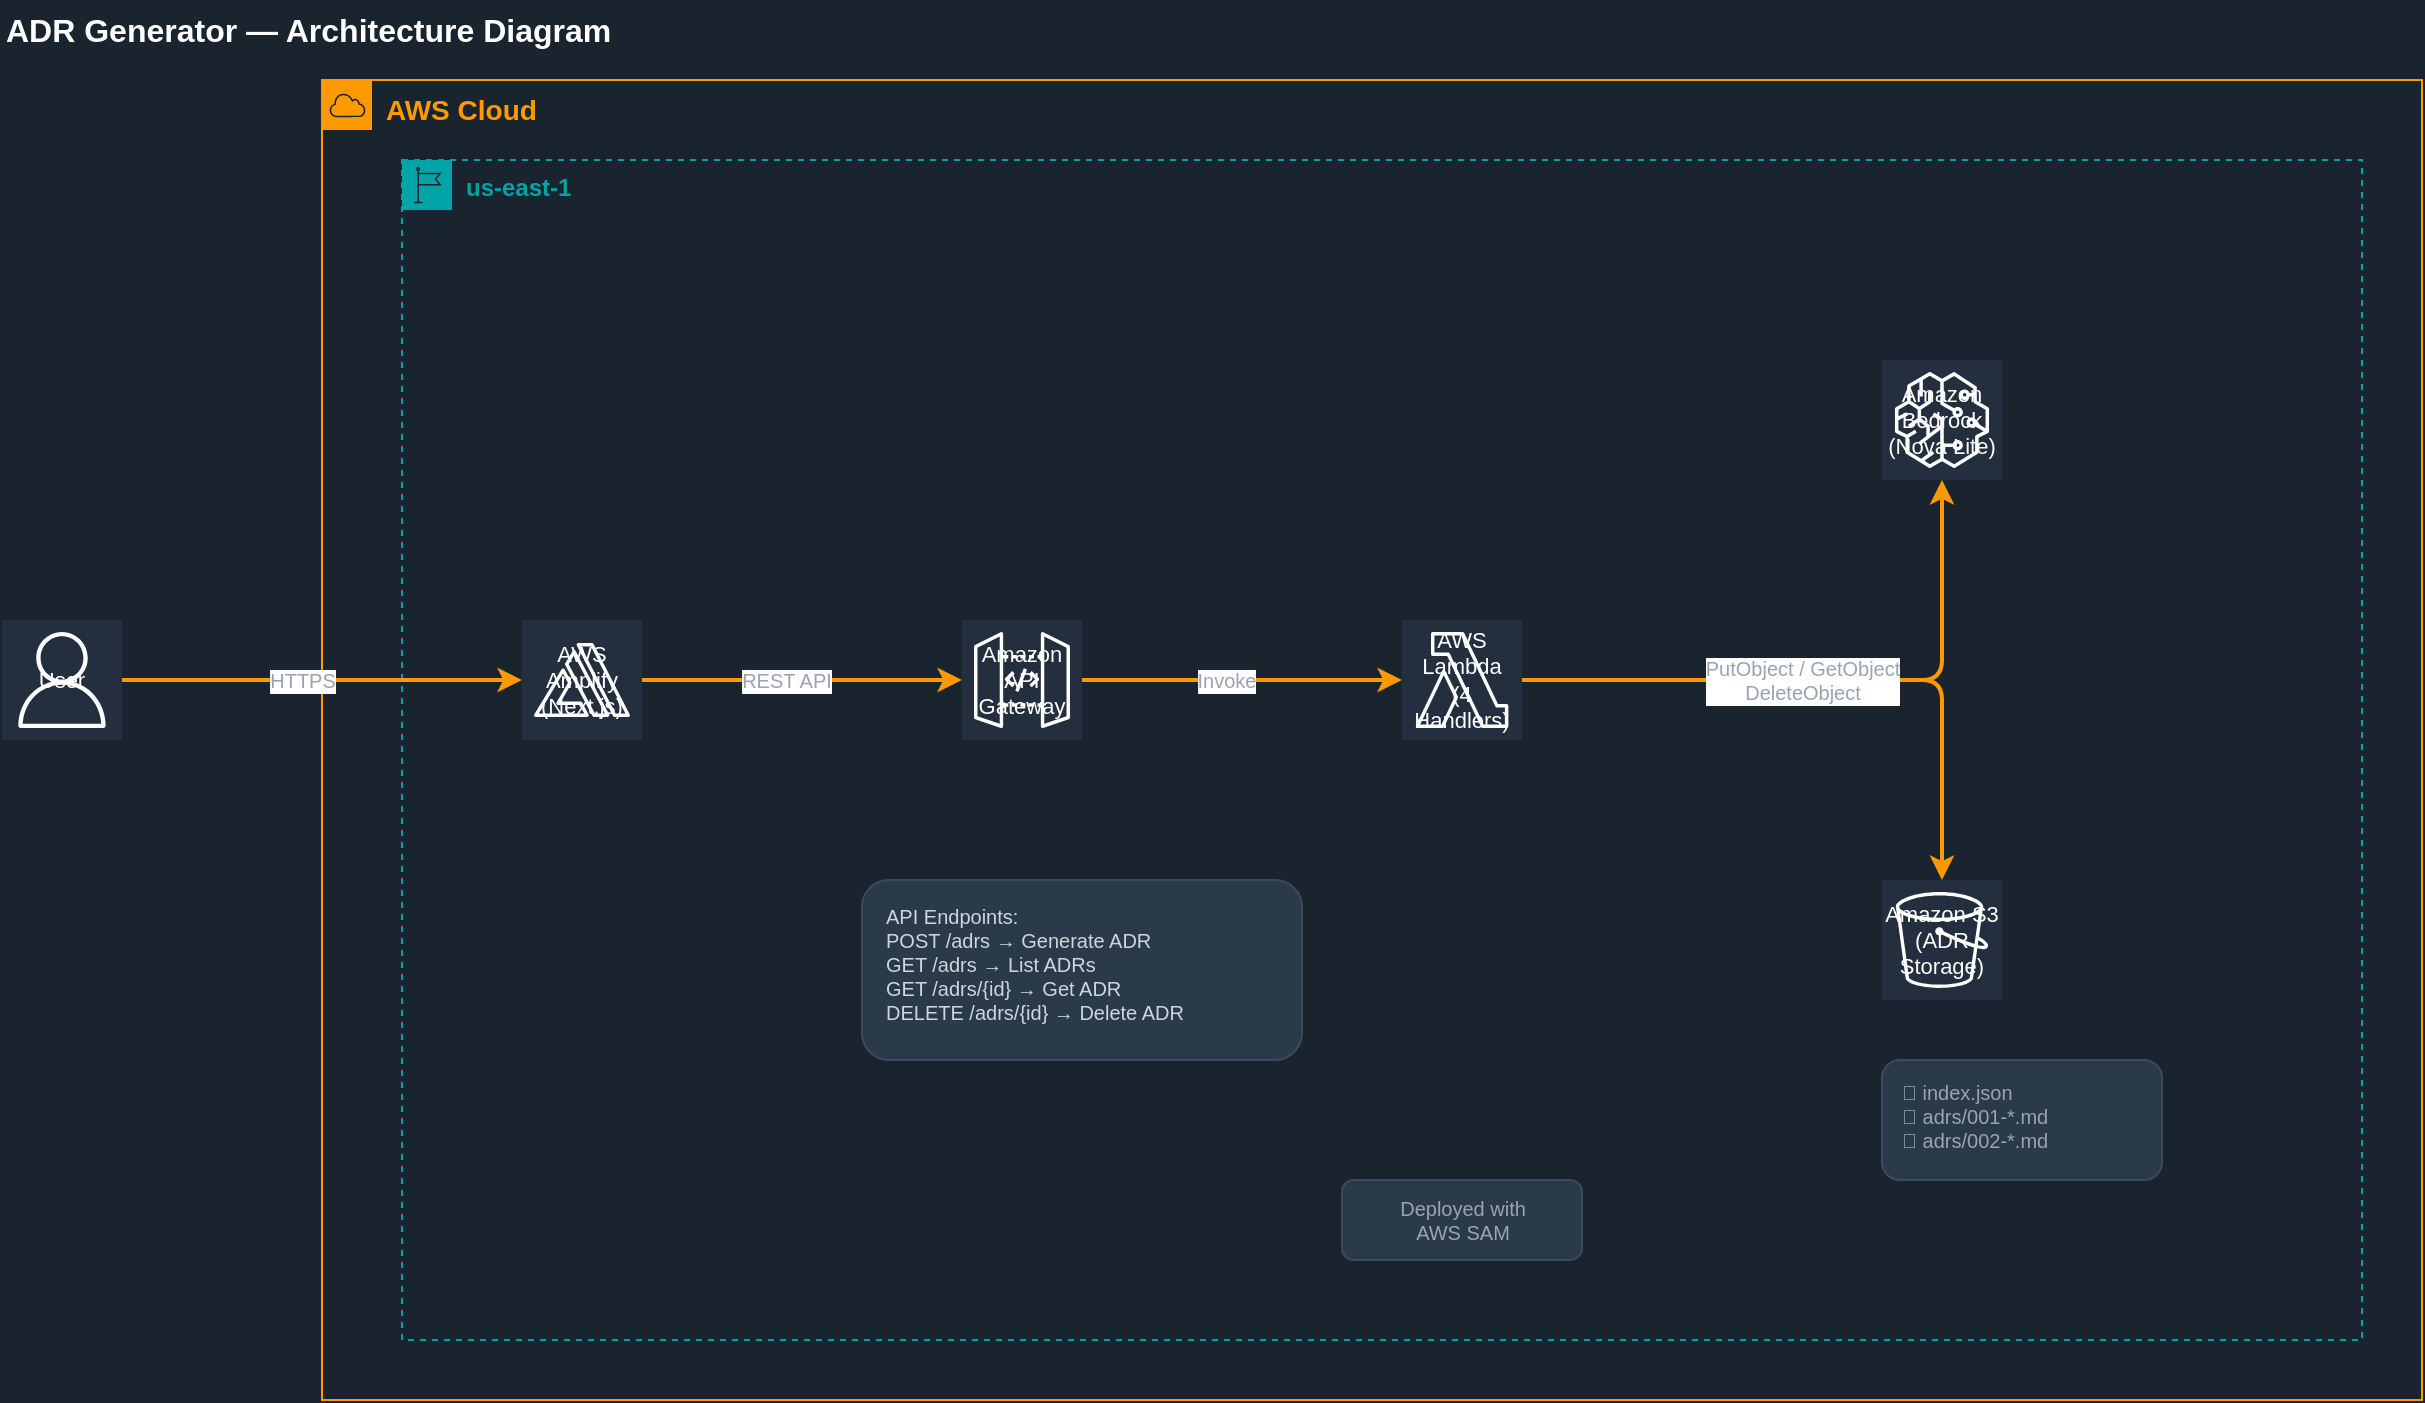
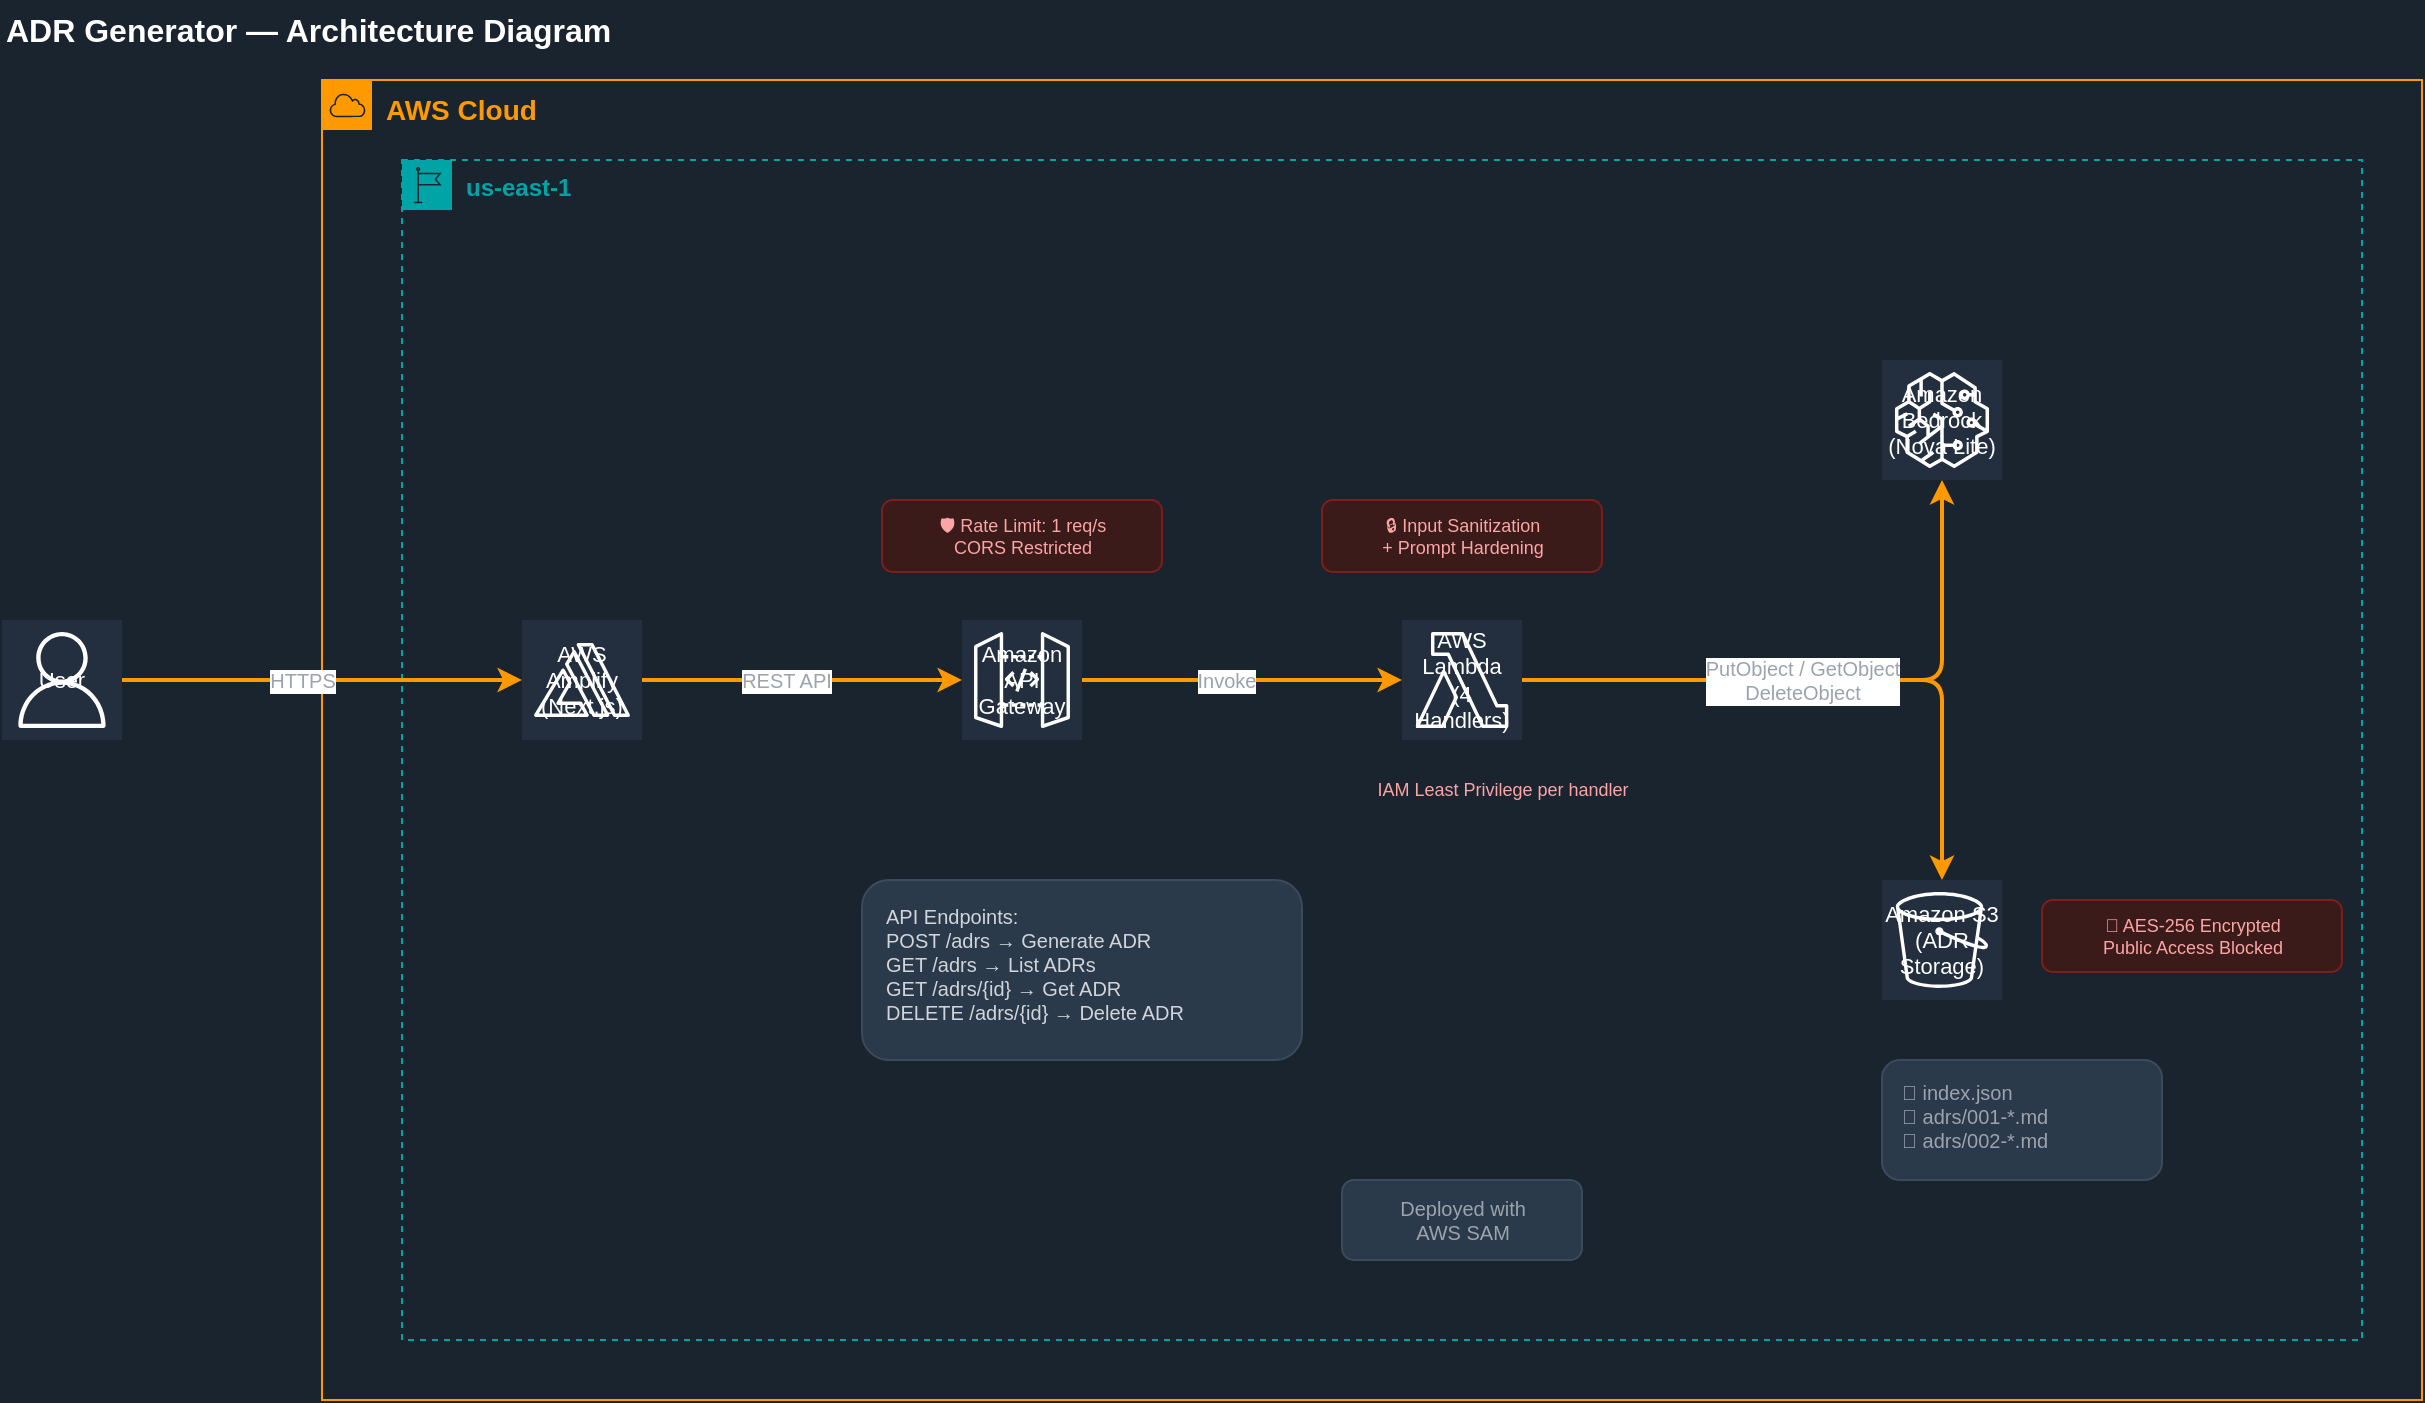
<mxfile host="app.diagrams.net" modified="2026-07-12T00:00:00.000Z" agent="ADR Generator" version="21.0.0">
  <diagram name="Architecture" id="adr-arch">
    <mxGraphModel dx="1400" dy="900" grid="1" gridSize="10" guides="1" tooltips="1" connect="1" arrows="1" fold="1" page="1" pageScale="1" pageWidth="1400" pageHeight="800" math="0" shadow="0" background="#1A242F">
      <root>
        <mxCell id="0" />
        <mxCell id="1" parent="0" />

        <!-- AWS Cloud Container -->
        <mxCell id="aws-cloud" value="AWS Cloud" style="points=[[0,0],[0.25,0],[0.5,0],[0.75,0],[1,0],[1,0.25],[1,0.5],[1,0.75],[1,1],[0.75,1],[0.5,1],[0.25,1],[0,1],[0,0.75],[0,0.5],[0,0.25]];outlineConnect=0;gradientColor=none;html=1;whiteSpace=wrap;fontSize=14;fontStyle=1;shape=mxgraph.aws4.group;grIcon=mxgraph.aws4.group_aws_cloud;strokeColor=#FF9900;fillColor=none;verticalAlign=top;align=left;spacingLeft=30;fontColor=#FF9900;dashed=0;" vertex="1" parent="1">
          <mxGeometry x="220" y="60" width="1050" height="660" as="geometry" />
        </mxCell>

        <!-- Region Container -->
        <mxCell id="region" value="us-east-1" style="points=[[0,0],[0.25,0],[0.5,0],[0.75,0],[1,0],[1,0.25],[1,0.5],[1,0.75],[1,1],[0.75,1],[0.5,1],[0.25,1],[0,1],[0,0.75],[0,0.5],[0,0.25]];outlineConnect=0;gradientColor=none;html=1;whiteSpace=wrap;fontSize=12;fontStyle=1;shape=mxgraph.aws4.group;grIcon=mxgraph.aws4.group_region;strokeColor=#00A4A6;fillColor=none;verticalAlign=top;align=left;spacingLeft=30;fontColor=#00A4A6;dashed=1;" vertex="1" parent="1">
          <mxGeometry x="260" y="100" width="980" height="590" as="geometry" />
        </mxCell>

        <!-- User -->
        <mxCell id="user" value="User" style="outlineConnect=0;gradientColor=none;html=1;whiteSpace=wrap;fontSize=11;fontStyle=0;shape=mxgraph.aws4.resourceIcon;resIcon=mxgraph.aws4.user;fillColor=#232F3E;fontColor=#FFFFFF;strokeColor=#FFFFFF;" vertex="1" parent="1">
          <mxGeometry x="60" y="330" width="60" height="60" as="geometry" />
        </mxCell>

        <!-- AWS Amplify -->
        <mxCell id="amplify" value="AWS Amplify&#xa;(Next.js)" style="outlineConnect=0;gradientColor=none;html=1;whiteSpace=wrap;fontSize=11;fontStyle=0;shape=mxgraph.aws4.resourceIcon;resIcon=mxgraph.aws4.amplify;fillColor=#232F3E;fontColor=#FFFFFF;strokeColor=#FFFFFF;" vertex="1" parent="1">
          <mxGeometry x="320" y="330" width="60" height="60" as="geometry" />
        </mxCell>

        <!-- Amazon API Gateway -->
        <mxCell id="apigw" value="Amazon&#xa;API Gateway" style="outlineConnect=0;gradientColor=none;html=1;whiteSpace=wrap;fontSize=11;fontStyle=0;shape=mxgraph.aws4.resourceIcon;resIcon=mxgraph.aws4.api_gateway;fillColor=#232F3E;fontColor=#FFFFFF;strokeColor=#FFFFFF;" vertex="1" parent="1">
          <mxGeometry x="540" y="330" width="60" height="60" as="geometry" />
        </mxCell>

        <!-- AWS Lambda -->
        <mxCell id="lambda" value="AWS Lambda&#xa;(4 Handlers)" style="outlineConnect=0;gradientColor=none;html=1;whiteSpace=wrap;fontSize=11;fontStyle=0;shape=mxgraph.aws4.resourceIcon;resIcon=mxgraph.aws4.lambda;fillColor=#232F3E;fontColor=#FFFFFF;strokeColor=#FFFFFF;" vertex="1" parent="1">
          <mxGeometry x="760" y="330" width="60" height="60" as="geometry" />
        </mxCell>

        <!-- Amazon Bedrock -->
        <mxCell id="bedrock" value="Amazon Bedrock&#xa;(Nova Lite)" style="outlineConnect=0;gradientColor=none;html=1;whiteSpace=wrap;fontSize=11;fontStyle=0;shape=mxgraph.aws4.resourceIcon;resIcon=mxgraph.aws4.sagemaker;fillColor=#232F3E;fontColor=#FFFFFF;strokeColor=#FFFFFF;" vertex="1" parent="1">
          <mxGeometry x="1000" y="200" width="60" height="60" as="geometry" />
        </mxCell>

        <!-- Amazon S3 -->
        <mxCell id="s3" value="Amazon S3&#xa;(ADR Storage)" style="outlineConnect=0;gradientColor=none;html=1;whiteSpace=wrap;fontSize=11;fontStyle=0;shape=mxgraph.aws4.resourceIcon;resIcon=mxgraph.aws4.s3;fillColor=#232F3E;fontColor=#FFFFFF;strokeColor=#FFFFFF;" vertex="1" parent="1">
          <mxGeometry x="1000" y="460" width="60" height="60" as="geometry" />
        </mxCell>

        <!-- AWS SAM (IaC badge) -->
        <mxCell id="sam" value="Deployed with&#xa;AWS SAM" style="text;html=1;align=center;verticalAlign=middle;fontSize=10;fontColor=#9CA3AF;fillColor=#2A3A4A;rounded=1;strokeColor=#3B4B5B;spacingLeft=4;spacingRight=4;" vertex="1" parent="1">
          <mxGeometry x="730" y="610" width="120" height="40" as="geometry" />
        </mxCell>

        <!-- Arrows: User → Amplify -->
        <mxCell id="e1" style="edgeStyle=orthogonalEdgeStyle;strokeColor=#FF9900;strokeWidth=2;fontColor=#9CA3AF;fontSize=10;" edge="1" source="user" target="amplify" parent="1">
          <mxGeometry relative="1" as="geometry" />
        </mxCell>
        <mxCell id="l1" value="HTTPS" style="edgeLabel;html=1;align=center;verticalAlign=middle;fontSize=10;fontColor=#9CA3AF;" vertex="1" connectable="0" parent="e1">
          <mxGeometry x="-0.1" relative="1" as="geometry"><mxPoint as="offset" /></mxGeometry>
        </mxCell>

        <!-- Arrows: Amplify → API Gateway -->
        <mxCell id="e2" style="edgeStyle=orthogonalEdgeStyle;strokeColor=#FF9900;strokeWidth=2;" edge="1" source="amplify" target="apigw" parent="1">
          <mxGeometry relative="1" as="geometry" />
        </mxCell>
        <mxCell id="l2" value="REST API" style="edgeLabel;html=1;align=center;verticalAlign=middle;fontSize=10;fontColor=#9CA3AF;" vertex="1" connectable="0" parent="e2">
          <mxGeometry x="-0.1" relative="1" as="geometry"><mxPoint as="offset" /></mxGeometry>
        </mxCell>

        <!-- Arrows: API Gateway → Lambda -->
        <mxCell id="e3" style="edgeStyle=orthogonalEdgeStyle;strokeColor=#FF9900;strokeWidth=2;" edge="1" source="apigw" target="lambda" parent="1">
          <mxGeometry relative="1" as="geometry" />
        </mxCell>
        <mxCell id="l3" value="Invoke" style="edgeLabel;html=1;align=center;verticalAlign=middle;fontSize=10;fontColor=#9CA3AF;" vertex="1" connectable="0" parent="e3">
          <mxGeometry x="-0.1" relative="1" as="geometry"><mxPoint as="offset" /></mxGeometry>
        </mxCell>

        <!-- Arrows: Lambda → Bedrock -->
        <mxCell id="e4" style="edgeStyle=orthogonalEdgeStyle;strokeColor=#FF9900;strokeWidth=2;" edge="1" source="lambda" target="bedrock" parent="1">
          <mxGeometry relative="1" as="geometry" />
        </mxCell>
        <mxCell id="l4" value="InvokeModel&#xa;(Generate ADR)" style="edgeLabel;html=1;align=center;verticalAlign=middle;fontSize=10;fontColor=#9CA3AF;" vertex="1" connectable="0" parent="e4">
          <mxGeometry x="-0.1" relative="1" as="geometry"><mxPoint as="offset" /></mxGeometry>
        </mxCell>

        <!-- Arrows: Lambda → S3 -->
        <mxCell id="e5" style="edgeStyle=orthogonalEdgeStyle;strokeColor=#FF9900;strokeWidth=2;" edge="1" source="lambda" target="s3" parent="1">
          <mxGeometry relative="1" as="geometry" />
        </mxCell>
        <mxCell id="l5" value="PutObject / GetObject&#xa;DeleteObject" style="edgeLabel;html=1;align=center;verticalAlign=middle;fontSize=10;fontColor=#9CA3AF;" vertex="1" connectable="0" parent="e5">
          <mxGeometry x="-0.1" relative="1" as="geometry"><mxPoint as="offset" /></mxGeometry>
        </mxCell>

        <!-- Endpoints box -->
        <mxCell id="endpoints" value="API Endpoints:&#xa;POST /adrs → Generate ADR&#xa;GET /adrs → List ADRs&#xa;GET /adrs/{id} → Get ADR&#xa;DELETE /adrs/{id} → Delete ADR" style="text;html=1;align=left;verticalAlign=top;fontSize=10;fontColor=#D1D5DB;fillColor=#2A3A4A;rounded=1;strokeColor=#3B4B5B;spacingLeft=10;spacingTop=6;spacingBottom=6;" vertex="1" parent="1">
          <mxGeometry x="490" y="460" width="220" height="90" as="geometry" />
        </mxCell>

        <!-- S3 contents note -->
        <mxCell id="s3note" value="📁 index.json&#xa;📁 adrs/001-*.md&#xa;📁 adrs/002-*.md" style="text;html=1;align=left;verticalAlign=top;fontSize=10;fontColor=#9CA3AF;fillColor=#2A3A4A;rounded=1;strokeColor=#3B4B5B;spacingLeft=8;spacingTop=4;" vertex="1" parent="1">
          <mxGeometry x="1000" y="550" width="140" height="60" as="geometry" />
        </mxCell>

+         <!-- Security: Rate Limiting badge on API Gateway -->
+         <mxCell id="sec-apigw" value="🛡️ Rate Limit: 1 req/s&#xa;CORS Restricted" style="text;html=1;align=center;verticalAlign=middle;fontSize=9;fontColor=#FCA5A5;fillColor=#3B1A1A;rounded=1;strokeColor=#7F1D1D;spacingLeft=4;spacingRight=4;" vertex="1" parent="1">
+           <mxGeometry x="500" y="270" width="140" height="36" as="geometry" />
+         </mxCell>
+ 
+         <!-- Security: Input Sanitization badge on Lambda -->
+         <mxCell id="sec-lambda" value="🔒 Input Sanitization&#xa;+ Prompt Hardening" style="text;html=1;align=center;verticalAlign=middle;fontSize=9;fontColor=#FCA5A5;fillColor=#3B1A1A;rounded=1;strokeColor=#7F1D1D;spacingLeft=4;spacingRight=4;" vertex="1" parent="1">
+           <mxGeometry x="720" y="270" width="140" height="36" as="geometry" />
+         </mxCell>
+ 
+         <!-- Security: S3 encryption badge -->
+         <mxCell id="sec-s3" value="🔐 AES-256 Encrypted&#xa;Public Access Blocked" style="text;html=1;align=center;verticalAlign=middle;fontSize=9;fontColor=#FCA5A5;fillColor=#3B1A1A;rounded=1;strokeColor=#7F1D1D;spacingLeft=4;spacingRight=4;" vertex="1" parent="1">
+           <mxGeometry x="1080" y="470" width="150" height="36" as="geometry" />
+         </mxCell>
+ 
+         <!-- Security: IAM Least Privilege note -->
+         <mxCell id="sec-iam" value="IAM Least Privilege per handler" style="text;html=1;align=center;verticalAlign=middle;fontSize=9;fontColor=#FCA5A5;fillColor=none;strokeColor=none;" vertex="1" parent="1">
+           <mxGeometry x="720" y="405" width="180" height="20" as="geometry" />
+         </mxCell>
+ 
        <!-- Title -->
        <mxCell id="title" value="ADR Generator — Architecture Diagram" style="text;html=1;align=left;verticalAlign=middle;fontSize=16;fontStyle=1;fontColor=#FFFFFF;fillColor=none;" vertex="1" parent="1">
          <mxGeometry x="60" y="20" width="400" height="30" as="geometry" />
        </mxCell>

      </root>
    </mxGraphModel>
  </diagram>
</mxfile>
